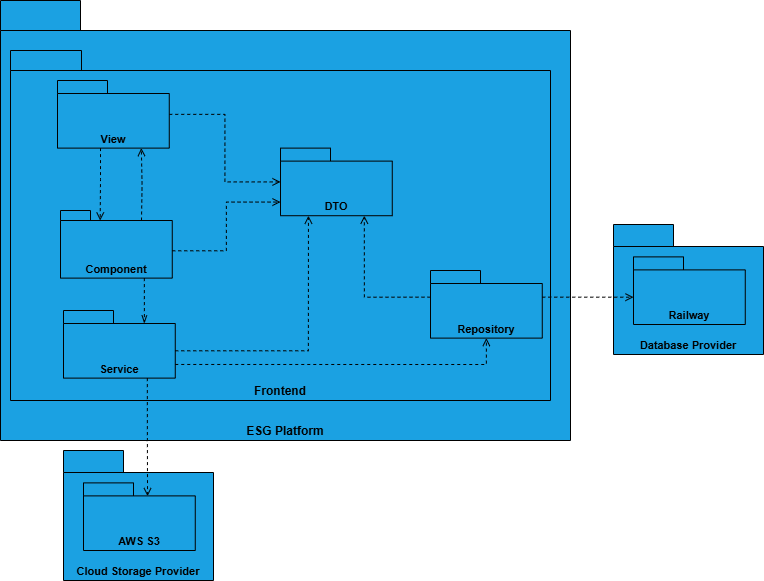
Earlier version of the draw.io export frontmatter/assets/diagrams/Development View/Implementation Lv3.drawio.png (matilde-varela/ISEP-PESTI-Report-2025). Source tidied: cells renumbered, new cells last; positions are measured from the earlier drawing's top-left corner, leaving out a move shared by most shapes.
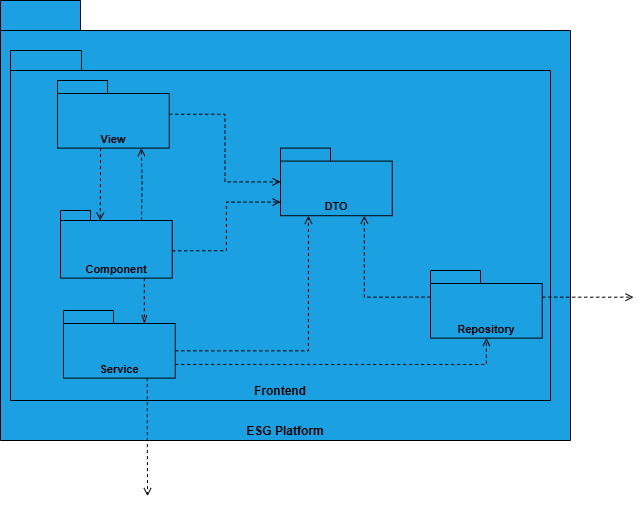
The same file after the commit.

What changed in the source:
```diff
@@ -54,29 +54,15 @@
     <mxCell id="16" style="edgeStyle=orthogonalEdgeStyle;rounded=0;jettySize=auto;html=1;exitX=0.75;exitY=1;exitDx=0;exitDy=0;exitPerimeter=0;entryX=0;entryY=0;entryDx=80.88;entryDy=13;entryPerimeter=0;fontFamily=Helvetica;fontSize=11;fontColor=default;fontStyle=0;dashed=1;endArrow=openThin;endFill=0;" parent="1" edge="1" source="6" target="7">
       <mxGeometry relative="1" as="geometry" />
     </mxCell>
-    <mxCell id="17" style="group;" parent="1" vertex="1">
-      <mxGeometry x="613" y="224" width="150" height="130" as="geometry" />
-    </mxCell>
-    <mxCell id="18" value="Database Provider" style="shape=folder;fontStyle=1;tabWidth=60;tabHeight=22;tabPosition=left;html=1;boundedLbl=1;whiteSpace=wrap;strokeColor=light-dark(#000000, #51afe7);align=center;verticalAlign=bottom;fontFamily=Helvetica;fontSize=11;fontColor=#000000;fillColor=#1ba1e2;" parent="17" vertex="1">
-      <mxGeometry width="150" height="130" as="geometry" />
-    </mxCell>
-    <mxCell id="19" value="Railway" style="shape=folder;fontStyle=1;tabWidth=50;tabHeight=13;tabPosition=left;html=1;boundedLbl=1;whiteSpace=wrap;strokeColor=light-dark(#000000, #51afe7);align=center;verticalAlign=bottom;fontFamily=Helvetica;fontSize=11;fontColor=#000000;fillColor=#1ba1e2;" parent="17" vertex="1">
-      <mxGeometry x="20" y="32.4" width="111.8" height="67.6" as="geometry" />
-    </mxCell>
-    <mxCell id="20" style="group;" parent="1" vertex="1">
-      <mxGeometry x="63" y="450" width="150" height="130" as="geometry" />
-    </mxCell>
-    <mxCell id="21" value="Cloud Storage Provider" style="shape=folder;fontStyle=1;tabWidth=60;tabHeight=22;tabPosition=left;html=1;boundedLbl=1;whiteSpace=wrap;strokeColor=light-dark(#000000, #51afe7);align=center;verticalAlign=bottom;fontFamily=Helvetica;fontSize=11;fontColor=#000000;fillColor=#1ba1e2;" parent="20" vertex="1">
-      <mxGeometry width="150" height="130" as="geometry" />
-    </mxCell>
-    <mxCell id="22" value="AWS S3" style="shape=folder;fontStyle=1;tabWidth=50;tabHeight=13;tabPosition=left;html=1;boundedLbl=1;whiteSpace=wrap;strokeColor=light-dark(#000000, #51afe7);align=center;verticalAlign=bottom;fontFamily=Helvetica;fontSize=11;fontColor=#000000;fillColor=#1ba1e2;" parent="20" vertex="1">
-      <mxGeometry x="20" y="32.4" width="111.8" height="67.6" as="geometry" />
-    </mxCell>
-    <mxCell id="23" style="edgeStyle=orthogonalEdgeStyle;rounded=0;jettySize=auto;html=1;exitX=0;exitY=0;exitDx=111.76;exitDy=26.6525;exitPerimeter=0;fontFamily=Helvetica;fontSize=11;fontColor=default;fontStyle=0;dashed=1;endArrow=open;endFill=0;entryX=0;entryY=0;entryDx=0;entryDy=40.305;entryPerimeter=0;" parent="1" edge="1" source="9" target="19">
-      <mxGeometry relative="1" as="geometry" />
+    <mxCell id="23" style="edgeStyle=orthogonalEdgeStyle;rounded=0;jettySize=auto;html=1;exitX=0;exitY=0;exitDx=111.76;exitDy=26.6525;exitPerimeter=0;fontFamily=Helvetica;fontSize=11;fontColor=default;fontStyle=0;dashed=1;endArrow=open;endFill=0;entryX=0;entryY=0;entryDx=0;entryDy=40.305;entryPerimeter=0;" parent="1" edge="1" source="9">
+      <mxGeometry relative="1" as="geometry">
+        <mxPoint x="633" y="296.7" as="targetPoint" />
+      </mxGeometry>
     </mxCell>
-    <mxCell id="24" style="edgeStyle=orthogonalEdgeStyle;rounded=0;jettySize=auto;html=1;exitX=0.75;exitY=1;exitDx=0;exitDy=0;exitPerimeter=0;fontFamily=Helvetica;fontSize=11;fontColor=default;fontStyle=0;dashed=1;endArrow=open;endFill=0;entryX=0.573;entryY=0.196;entryDx=0;entryDy=0;entryPerimeter=0;" parent="1" edge="1" source="7" target="22">
-      <mxGeometry relative="1" as="geometry" />
+    <mxCell id="24" style="edgeStyle=orthogonalEdgeStyle;rounded=0;jettySize=auto;html=1;exitX=0.75;exitY=1;exitDx=0;exitDy=0;exitPerimeter=0;fontFamily=Helvetica;fontSize=11;fontColor=default;fontStyle=0;dashed=1;endArrow=open;endFill=0;entryX=0.573;entryY=0.196;entryDx=0;entryDy=0;entryPerimeter=0;" parent="1" edge="1" source="7">
+      <mxGeometry relative="1" as="geometry">
+        <mxPoint x="147" y="495.6" as="targetPoint" />
+      </mxGeometry>
     </mxCell>
   </root>
 </mxGraphModel>
```
